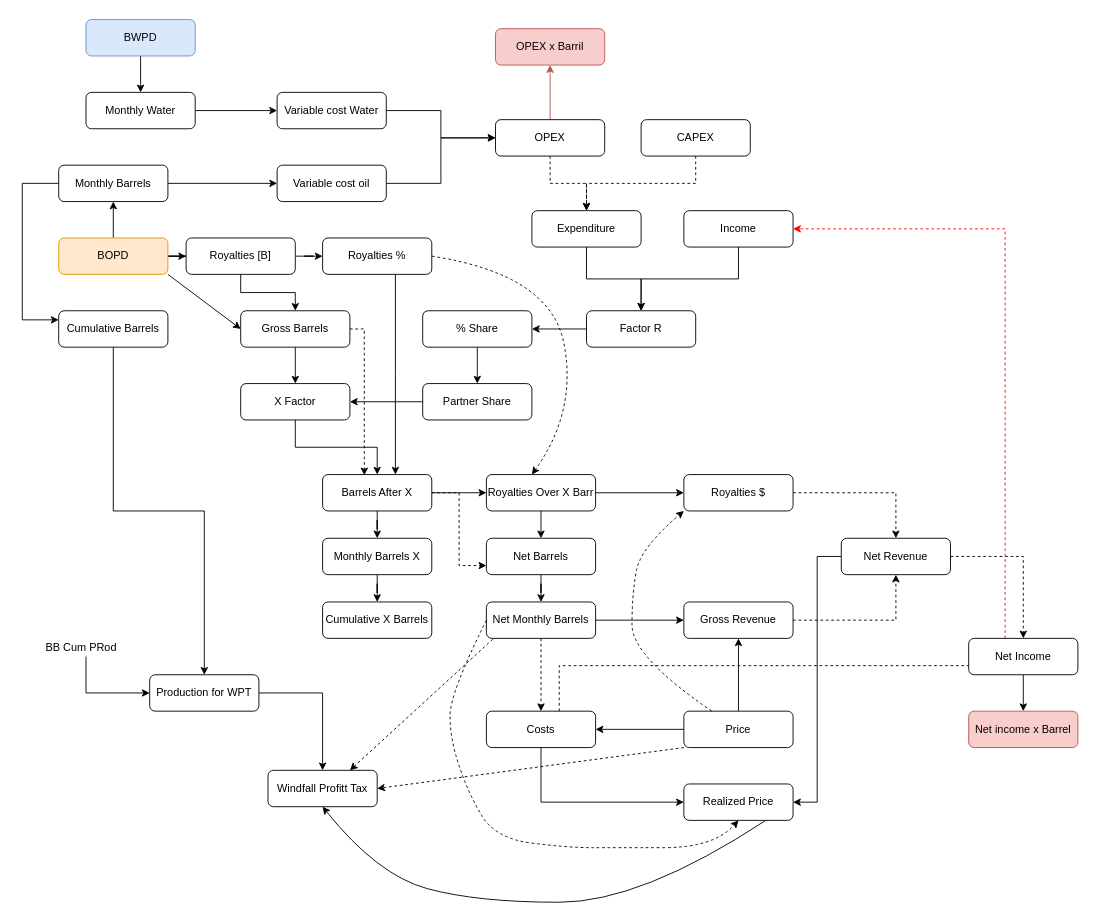
This is Untitled Diagram.drawio from estebanem97/arcangel, a draw.io file, before an edit. Source tidied: cells renumbered, new cells numbered last; positions are measured from the earlier drawing's top-left corner, leaving out a move shared by most shapes. Both pictures are drawn from the tidied source at 91%, with x=0, y=0 at pixel (22, 19).
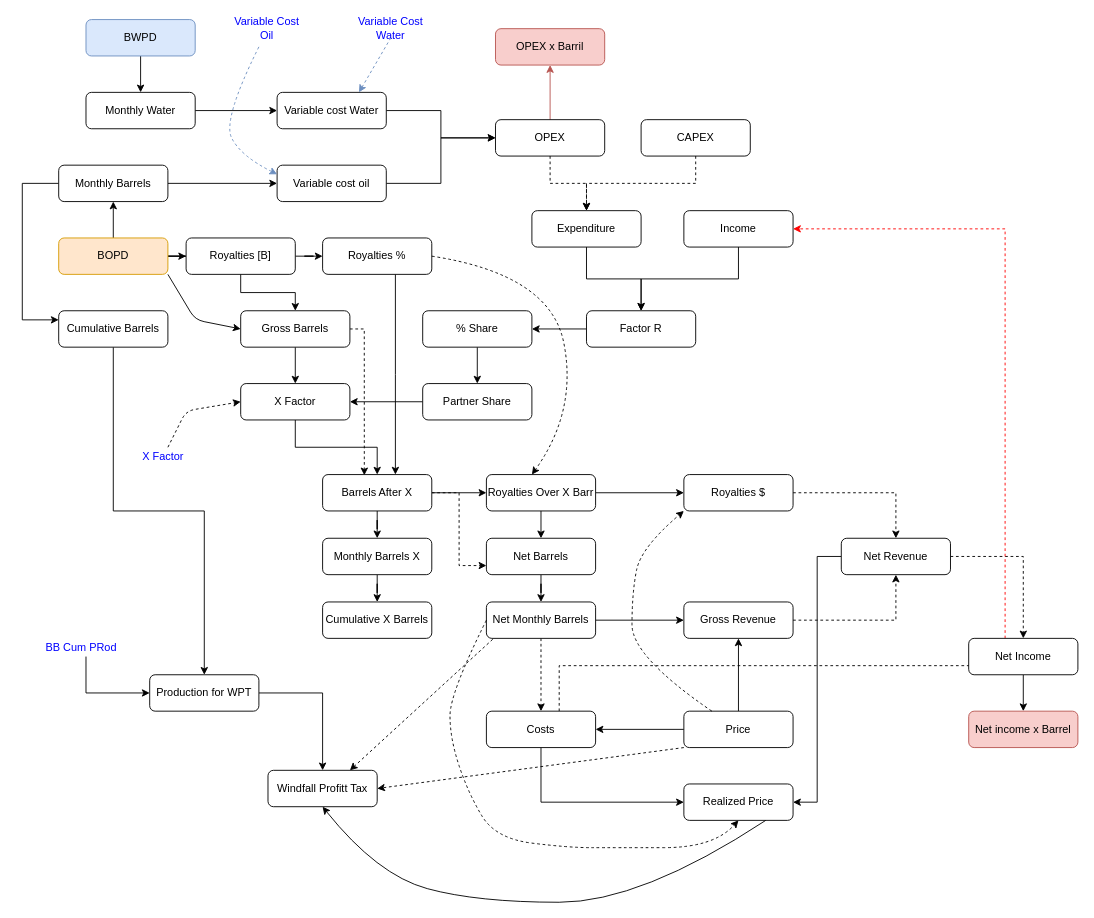
Above is the later version.

The change refers to these unchanged cells:
```xml
<mxCell id="4" value="BOPD" style="rounded=1;whiteSpace=wrap;html=1;fontSize=12;glass=0;strokeWidth=1;shadow=0;fillColor=#ffe6cc;strokeColor=#d79b00;" parent="1" vertex="1">
  <mxGeometry x="40" y="240" width="120" height="40" as="geometry" />
</mxCell>
<mxCell id="21" value="Gross Barrels" style="rounded=1;whiteSpace=wrap;html=1;fontSize=12;glass=0;strokeWidth=1;shadow=0;" parent="1" vertex="1">
  <mxGeometry x="240" y="320" width="120" height="40" as="geometry" />
</mxCell>
<mxCell id="34" value="X Factor" style="rounded=1;whiteSpace=wrap;html=1;fontSize=12;glass=0;strokeWidth=1;shadow=0;" parent="1" vertex="1">
  <mxGeometry x="240" y="400" width="120" height="40" as="geometry" />
</mxCell>
<mxCell id="66" value="Production for WPT" style="rounded=1;whiteSpace=wrap;html=1;fontSize=12;glass=0;strokeWidth=1;shadow=0;" parent="1" vertex="1">
  <mxGeometry x="140" y="720" width="120" height="40" as="geometry" />
</mxCell>
<mxCell id="84" value="Variable cost Water" style="rounded=1;whiteSpace=wrap;html=1;fontSize=12;glass=0;strokeWidth=1;shadow=0;" parent="1" vertex="1">
  <mxGeometry x="280" y="80" width="120" height="40" as="geometry" />
</mxCell>
<mxCell id="86" value="Variable cost oil" style="rounded=1;whiteSpace=wrap;html=1;fontSize=12;glass=0;strokeWidth=1;shadow=0;" parent="1" vertex="1">
  <mxGeometry x="280" y="160" width="120" height="40" as="geometry" />
</mxCell>
```

The edit, as a diff of the source:
```diff
@@
     <mxCell id="22" style="endArrow=classic;html=1;exitX=1;exitY=1;exitDx=0;exitDy=0;entryX=0;entryY=0.5;entryDx=0;entryDy=0;" parent="1" edge="1" source="4" target="21">
-      <mxGeometry relative="1" as="geometry" />
+      <mxGeometry relative="1" as="geometry">
+        <Array as="points">
+          <mxPoint x="190" y="330" />
+        </Array>
+      </mxGeometry>
     </mxCell>
@@
-    <mxCell id="67" style="edgeStyle=orthogonalEdgeStyle;rounded=0;jettySize=auto;html=1;entryX=0;entryY=0.5;entryDx=0;entryDy=0;" parent="1" edge="1" source="68" target="66">
+    <mxCell id="67" style="edgeStyle=orthogonalEdgeStyle;rounded=0;jettySize=auto;html=1;entryX=0;entryY=0.5;entryDx=0;entryDy=0;fontColor=#0000FF;" parent="1" edge="1" source="68" target="66">
       <mxGeometry relative="1" as="geometry">
         <Array as="points">
           <mxPoint x="70" y="740" />
         </Array>
       </mxGeometry>
     </mxCell>
-    <mxCell id="68" value="BB Cum PRod" style="text;html=1;strokeColor=none;fillColor=none;align=center;verticalAlign=middle;whiteSpace=wrap;rounded=0;" parent="1" vertex="1">
+    <mxCell id="68" value="BB Cum PRod" style="text;html=1;strokeColor=none;fillColor=none;align=center;verticalAlign=middle;whiteSpace=wrap;rounded=0;fontColor=#0000FF;" parent="1" vertex="1">
       <mxGeometry x="20" y="680" width="90" height="20" as="geometry" />
     </mxCell>
@@
+    <mxCell id="89" value="Variable Cost Water" style="text;html=1;strokeColor=none;fillColor=none;align=center;verticalAlign=middle;whiteSpace=wrap;rounded=0;fontColor=#0000FF;" parent="1" vertex="1">
+      <mxGeometry x="360" width="90" height="20" as="geometry" />
+    </mxCell>
+    <mxCell id="90" value="Variable Cost Oil" style="text;html=1;strokeColor=none;fillColor=none;align=center;verticalAlign=middle;whiteSpace=wrap;rounded=0;fontColor=#0000FF;" parent="1" vertex="1">
+      <mxGeometry x="224" width="90" height="20" as="geometry" />
+    </mxCell>
+    <mxCell id="91" style="curved=1;endArrow=classic;html=1;entryX=0;entryY=0.25;entryDx=0;entryDy=0;dashed=1;fillColor=#dae8fc;strokeColor=#6c8ebf;" parent="1" edge="1" target="86">
+      <mxGeometry relative="1" as="geometry">
+        <mxPoint x="260" y="30" as="sourcePoint" />
+        <Array as="points">
+          <mxPoint x="220" y="110" />
+          <mxPoint x="240" y="150" />
+        </Array>
+      </mxGeometry>
+    </mxCell>
+    <mxCell id="92" style="endArrow=classic;html=1;dashed=1;exitX=0.5;exitY=1;exitDx=0;exitDy=0;fillColor=#dae8fc;strokeColor=#6c8ebf;entryX=0.75;entryY=0;entryDx=0;entryDy=0;" parent="1" edge="1" source="89" target="84">
+      <mxGeometry relative="1" as="geometry" />
+    </mxCell>
+    <mxCell id="93" value="X Factor" style="text;html=1;strokeColor=none;fillColor=none;align=center;verticalAlign=middle;whiteSpace=wrap;rounded=0;fontColor=#0000FF;" parent="1" vertex="1">
+      <mxGeometry x="110" y="470" width="90" height="20" as="geometry" />
+    </mxCell>
+    <mxCell id="94" style="endArrow=classic;html=1;dashed=1;entryX=0;entryY=0.5;entryDx=0;entryDy=0;fontColor=#0000FF;" parent="1" edge="1" target="34">
+      <mxGeometry relative="1" as="geometry">
+        <mxPoint x="160" y="470" as="sourcePoint" />
+        <Array as="points">
+          <mxPoint x="180" y="430" />
+        </Array>
+      </mxGeometry>
+    </mxCell>
```
